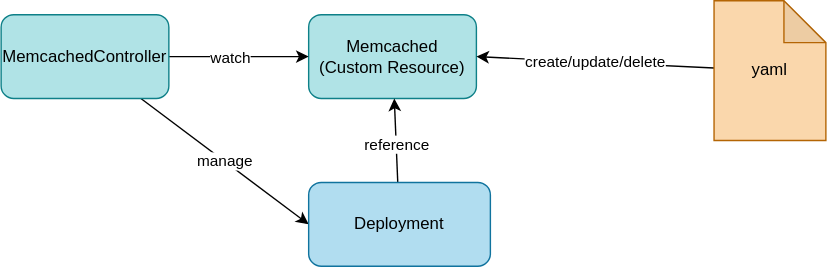
The draw.io diagram 08-create-operator-with-operator-sdk/02-memcached-operator/memcached-operator.drawio.svg in nakamasato/kubernetes-operator-basics, before a commit. Source tidied: cells renumbered, new cells last; positions are measured from the earlier drawing's top-left corner, leaving out a move shared by most shapes.
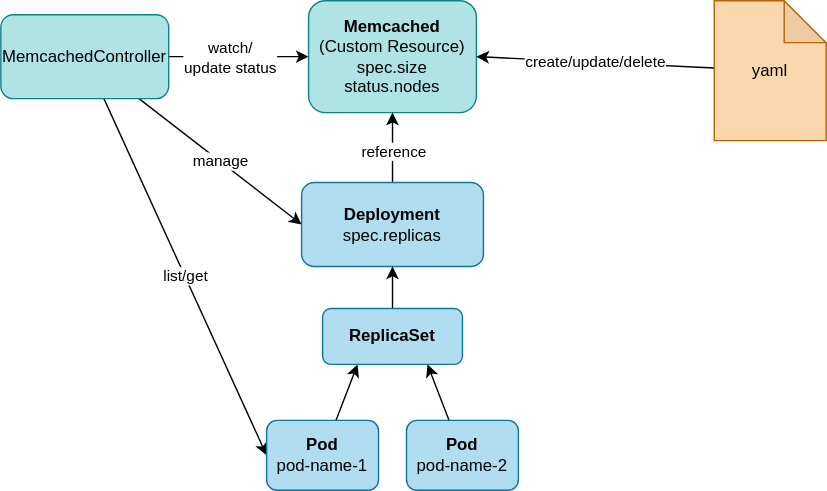
The same file after the commit.

Commit message:
Update 08-create-operator-with-operator-sdk

The edit, as a diff of the source:
```diff
@@ -2,18 +2,21 @@
   <root>
     <mxCell id="0" />
     <mxCell id="1" parent="0" />
-    <mxCell id="2" value="Memcached&lt;br&gt;(Custom Resource)" style="rounded=1;whiteSpace=wrap;html=1;fillColor=#b0e3e6;strokeColor=#0e8088;" parent="1" vertex="1">
-      <mxGeometry x="220" y="10" width="120" height="60" as="geometry" />
+    <mxCell id="2" value="&lt;b&gt;Memcached&lt;/b&gt;&lt;br&gt;(Custom Resource)&lt;br&gt;spec.size&lt;br&gt;status.nodes" style="rounded=1;whiteSpace=wrap;html=1;fillColor=#b0e3e6;strokeColor=#0e8088;" parent="1" vertex="1">
+      <mxGeometry x="220" width="120" height="80" as="geometry" />
     </mxCell>
     <mxCell id="3" style="edgeStyle=none;html=1;" parent="1" edge="1" source="6" target="2">
       <mxGeometry relative="1" as="geometry" />
     </mxCell>
-    <mxCell id="4" value="watch" style="edgeLabel;html=1;align=center;verticalAlign=middle;" parent="3" vertex="1">
+    <mxCell id="4" value="watch/&lt;br&gt;update status" style="edgeLabel;html=1;align=center;verticalAlign=middle;" parent="3" vertex="1">
       <mxGeometry x="-0.13" relative="1" as="geometry" />
     </mxCell>
     <mxCell id="5" value="manage" style="edgeStyle=none;html=1;entryX=0;entryY=0.5;entryDx=0;entryDy=0;" parent="1" edge="1" source="6" target="9">
       <mxGeometry relative="1" as="geometry" />
     </mxCell>
+    <mxCell id="12" value="list/get" style="edgeStyle=none;html=1;entryX=0;entryY=0.5;entryDx=0;entryDy=0;" parent="1" edge="1" source="6" target="14">
+      <mxGeometry relative="1" as="geometry" />
+    </mxCell>
     <mxCell id="6" value="MemcachedController" style="rounded=1;whiteSpace=wrap;html=1;fillColor=#b0e3e6;strokeColor=#0e8088;" parent="1" vertex="1">
       <mxGeometry y="10" width="120" height="60" as="geometry" />
     </mxCell>
@@ -25,8 +28,8 @@
         <mxPoint y="-1" as="offset" />
       </mxGeometry>
     </mxCell>
-    <mxCell id="9" value="Deployment" style="rounded=1;whiteSpace=wrap;html=1;fillColor=#b1ddf0;strokeColor=#10739e;verticalAlign=middle;" parent="1" vertex="1">
-      <mxGeometry x="220" y="130" width="130" height="60" as="geometry" />
+    <mxCell id="9" value="&lt;b&gt;Deployment&lt;/b&gt;&lt;br&gt;spec.replicas" style="rounded=1;whiteSpace=wrap;html=1;fillColor=#b1ddf0;strokeColor=#10739e;verticalAlign=middle;" parent="1" vertex="1">
+      <mxGeometry x="215" y="130" width="130" height="60" as="geometry" />
     </mxCell>
     <mxCell id="10" value="create/update/delete" style="edgeStyle=none;html=1;entryX=1;entryY=0.5;entryDx=0;entryDy=0;" parent="1" edge="1" source="11" target="2">
       <mxGeometry relative="1" as="geometry" />
@@ -34,5 +37,23 @@
     <mxCell id="11" value="yaml" style="shape=note;whiteSpace=wrap;html=1;backgroundOutline=1;darkOpacity=0.05;fillColor=#fad7ac;strokeColor=#b46504;" parent="1" vertex="1">
       <mxGeometry x="510" width="80" height="100" as="geometry" />
     </mxCell>
+    <mxCell id="13" style="edgeStyle=none;html=1;entryX=0.25;entryY=1;entryDx=0;entryDy=0;" parent="1" edge="1" source="14" target="18">
+      <mxGeometry relative="1" as="geometry" />
+    </mxCell>
+    <mxCell id="14" value="&lt;b&gt;Pod&lt;/b&gt;&lt;br&gt;pod-name-1" style="rounded=1;whiteSpace=wrap;html=1;fillColor=#b1ddf0;strokeColor=#10739e;verticalAlign=middle;" parent="1" vertex="1">
+      <mxGeometry x="190" y="300" width="80" height="50" as="geometry" />
+    </mxCell>
+    <mxCell id="15" style="edgeStyle=none;html=1;entryX=0.75;entryY=1;entryDx=0;entryDy=0;" parent="1" edge="1" source="16" target="18">
+      <mxGeometry relative="1" as="geometry" />
+    </mxCell>
+    <mxCell id="16" value="&lt;b&gt;Pod&lt;/b&gt;&lt;br&gt;pod-name-2" style="rounded=1;whiteSpace=wrap;html=1;fillColor=#b1ddf0;strokeColor=#10739e;verticalAlign=middle;" parent="1" vertex="1">
+      <mxGeometry x="290" y="300" width="80" height="50" as="geometry" />
+    </mxCell>
+    <mxCell id="17" style="edgeStyle=none;html=1;" parent="1" edge="1" source="18" target="9">
+      <mxGeometry relative="1" as="geometry" />
+    </mxCell>
+    <mxCell id="18" value="&lt;b&gt;ReplicaSet&lt;/b&gt;" style="rounded=1;whiteSpace=wrap;html=1;fillColor=#b1ddf0;strokeColor=#10739e;verticalAlign=middle;" parent="1" vertex="1">
+      <mxGeometry x="230" y="220" width="100" height="40" as="geometry" />
+    </mxCell>
   </root>
 </mxGraphModel>
```
